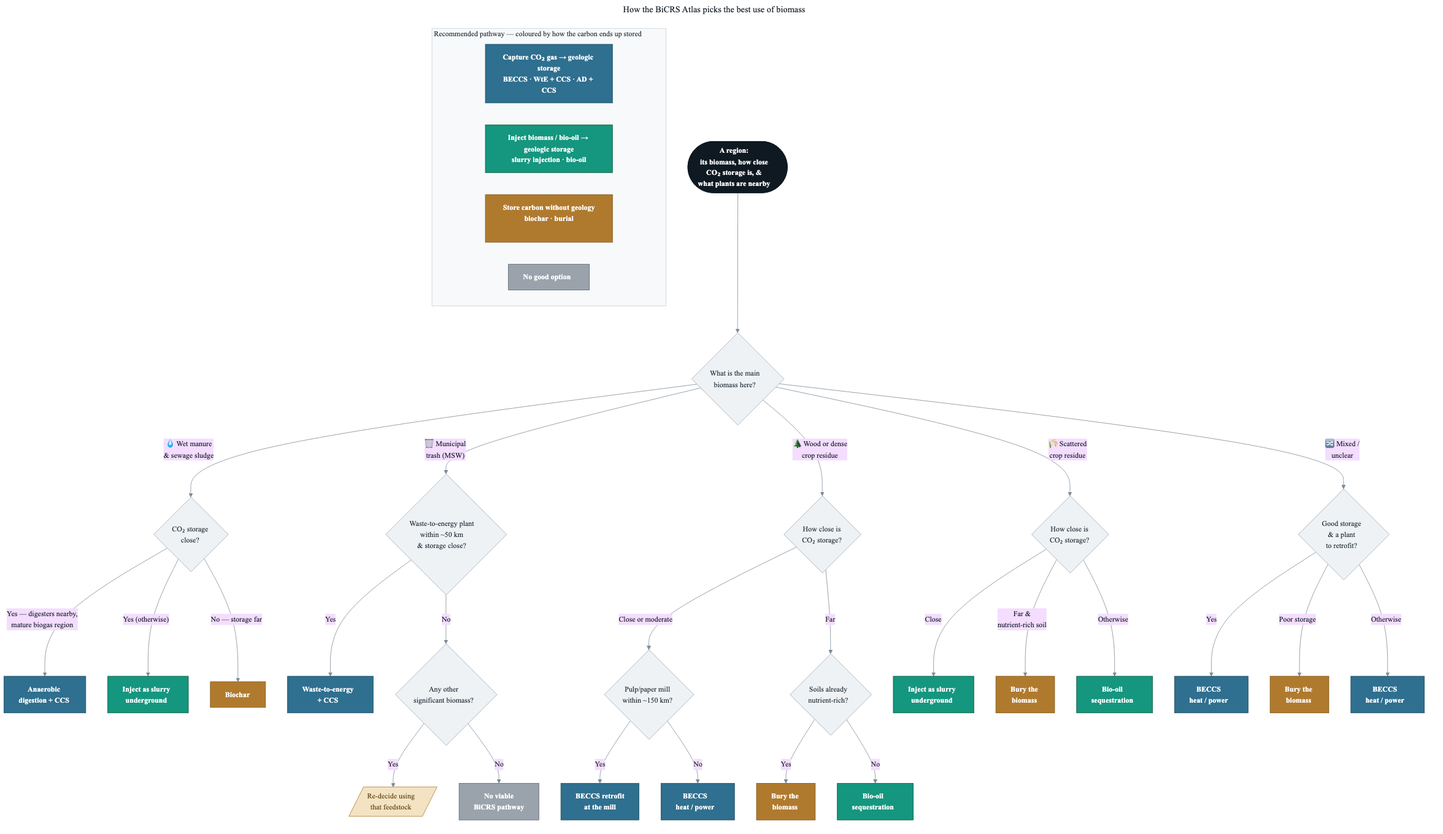
hausfath/biomass_map keeps this Mermaid diagram as docs/recommendation_flowchart.png. Above is the earlier version. Its source is kept beside it as docs/recommendation_flowchart.mmd.
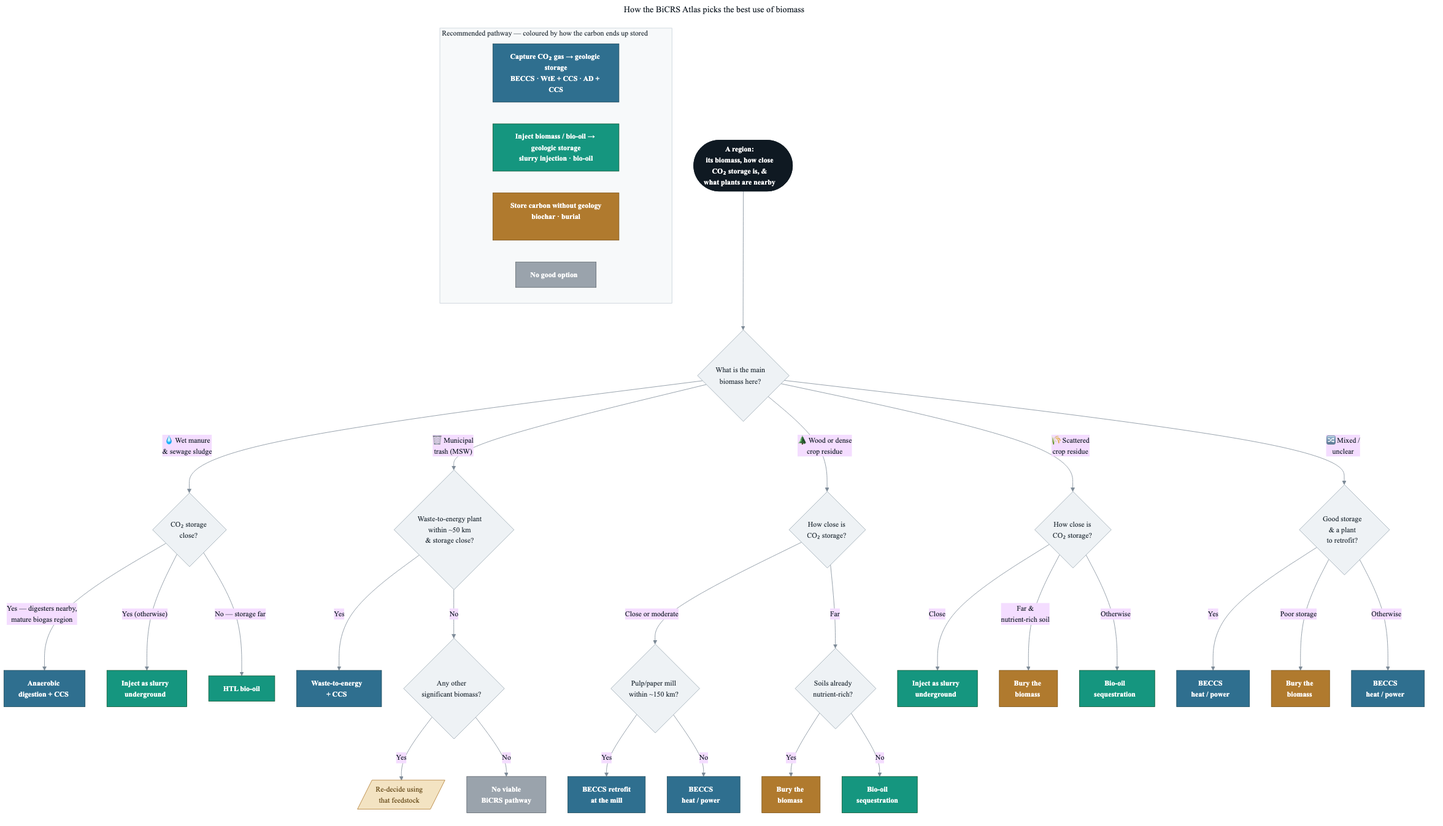
The same diagram one commit later.

The edit, as a diff of the source:
```diff
@@ -18,7 +18,7 @@
     DOM -->|"💧 Wet manure<br/>& sewage sludge"| M{CO₂ storage<br/>close?}
     M -->|Yes — digesters nearby,<br/>mature biogas region| Mad["Anaerobic<br/>digestion + CCS"]
     M -->|"Yes (otherwise)"| Minj["Inject as slurry<br/>underground"]
-    M -->|"No — storage far"| Mbio["Biochar"]
+    M -->|"No — storage far"| Mbio["HTL bio-oil"]
 
     DOM -->|"🗑️ Municipal<br/>trash (MSW)"| W{Waste-to-energy plant<br/>within ~50 km<br/>& storage close?}
     W -->|Yes| Wwte["Waste-to-energy<br/>+ CCS"]
@@ -63,8 +63,8 @@
     class Start start;
     class DOM,M,W,Wsec,C,Cmill,Cpoor,D,F q;
     class Cpp,Cbe,Fbe,Fbe2,Wwte,Mad geo;
-    class Minj,Dinj,Cbo,Dbo inj;
-    class Mbio,Cbur,Dbur,Fbur store;
+    class Minj,Dinj,Cbo,Dbo,Mbio inj;
+    class Cbur,Dbur,Fbur store;
     class Wnone none;
     class Wre reroute;
     class L1 geo;
```
